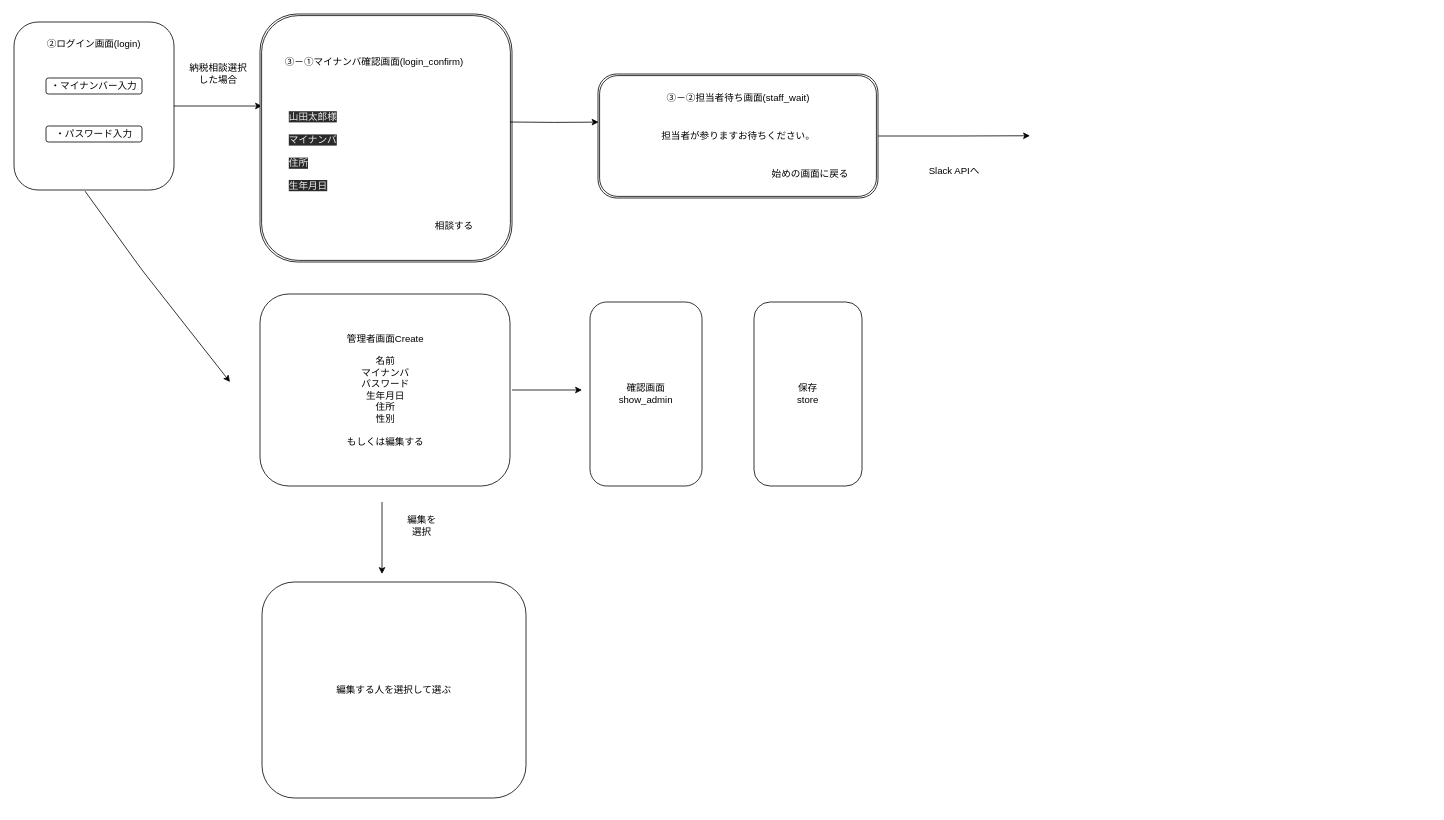
Above: 画面遷移.drawio in ingk-18/AskFormPlus (draw.io), before the change. Source tidied: cells renumbered, new cells numbered last; positions are measured from the earlier drawing's top-left corner, leaving out a move shared by most shapes. Both pictures are drawn from the tidied source at 80%, with x=0, y=0 at pixel (14, 14).
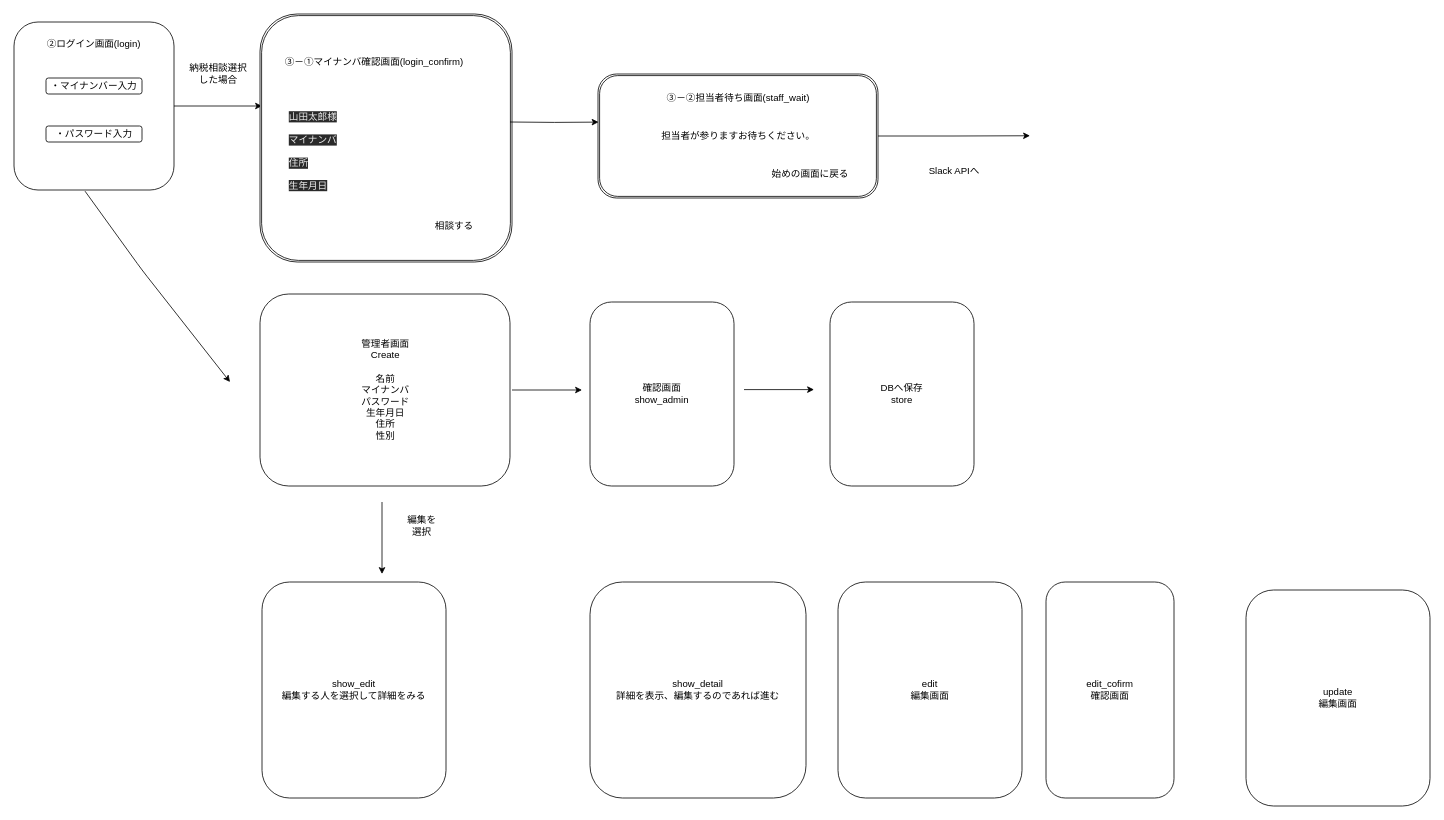
After the change.

Change to the diagram source:
```diff
@@
-    <mxCell id="20" value="管理者画面Create&lt;br&gt;&lt;br&gt;名前&lt;br&gt;マイナンバ&lt;br&gt;パスワード&lt;br&gt;生年月日&lt;br&gt;住所&lt;br&gt;性別&lt;br&gt;&lt;br&gt;もしくは編集する" style="rounded=1;whiteSpace=wrap;html=1;" parent="1" vertex="1">
+    <mxCell id="20" value="管理者画面&lt;br&gt;Create&lt;br&gt;&lt;br&gt;名前&lt;br&gt;マイナンバ&lt;br&gt;パスワード&lt;br&gt;生年月日&lt;br&gt;住所&lt;br&gt;性別" style="rounded=1;whiteSpace=wrap;html=1;" parent="1" vertex="1">
       <mxGeometry x="307.5" y="350" width="312.5" height="240" as="geometry" />
     </mxCell>
     <mxCell id="21" value="確認画面&lt;br&gt;show_admin" style="rounded=1;whiteSpace=wrap;html=1;" parent="1" vertex="1">
-      <mxGeometry x="720" y="360" width="140" height="230" as="geometry" />
+      <mxGeometry x="720" y="360" width="180" height="230" as="geometry" />
     </mxCell>
@@
-    <mxCell id="23" value="編集する人を選択して選ぶ" style="rounded=1;whiteSpace=wrap;html=1;" parent="1" vertex="1">
-      <mxGeometry x="310" y="710" width="330" height="270" as="geometry" />
+    <mxCell id="23" value="show_edit&lt;br&gt;編集する人を選択して詳細をみる" style="rounded=1;whiteSpace=wrap;html=1;" parent="1" vertex="1">
+      <mxGeometry x="310" y="710" width="230" height="270" as="geometry" />
     </mxCell>
@@
-    <mxCell id="27" value="保存&lt;br&gt;store" style="rounded=1;whiteSpace=wrap;html=1;" parent="1" vertex="1">
-      <mxGeometry x="925" y="360" width="135" height="230" as="geometry" />
+    <mxCell id="27" value="DBへ保存&lt;br&gt;store" style="rounded=1;whiteSpace=wrap;html=1;" parent="1" vertex="1">
+      <mxGeometry x="1020" y="360" width="180" height="230" as="geometry" />
     </mxCell>
+    <mxCell id="28" style="endArrow=classic;html=1;" parent="1" edge="1">
+      <mxGeometry relative="1" as="geometry">
+        <mxPoint x="912.5" y="469.5" as="sourcePoint" />
+        <mxPoint x="1000" y="469.5" as="targetPoint" />
+      </mxGeometry>
+    </mxCell>
+    <mxCell id="29" value="show_detail&lt;br&gt;詳細を表示、編集するのであれば進む" style="rounded=1;whiteSpace=wrap;html=1;" parent="1" vertex="1">
+      <mxGeometry x="720" y="710" width="270" height="270" as="geometry" />
+    </mxCell>
+    <mxCell id="30" value="edit&lt;br&gt;編集画面" style="rounded=1;whiteSpace=wrap;html=1;" parent="1" vertex="1">
+      <mxGeometry x="1030" y="710" width="230" height="270" as="geometry" />
+    </mxCell>
+    <mxCell id="31" value="update&lt;br&gt;編集画面" style="rounded=1;whiteSpace=wrap;html=1;" parent="1" vertex="1">
+      <mxGeometry x="1540" y="720" width="230" height="270" as="geometry" />
+    </mxCell>
+    <mxCell id="32" value="edit_cofirm&lt;br&gt;確認画面" style="rounded=1;whiteSpace=wrap;html=1;" parent="1" vertex="1">
+      <mxGeometry x="1290" y="710" width="160" height="270" as="geometry" />
+    </mxCell>
```
